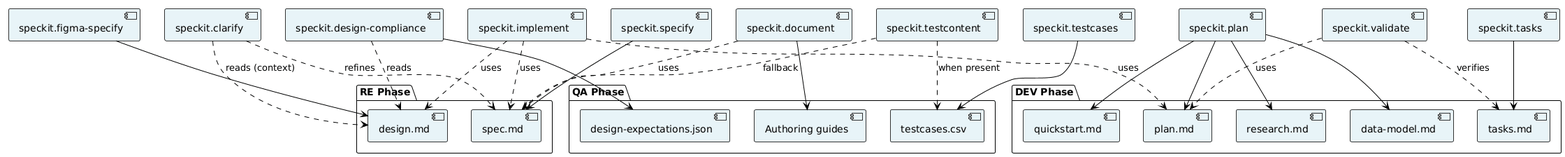
mariorodriguez-creator/nitroblocks keeps this PlantUML diagram as .specify/docs/diagrams/speckit-component.png. Above is the earlier version.
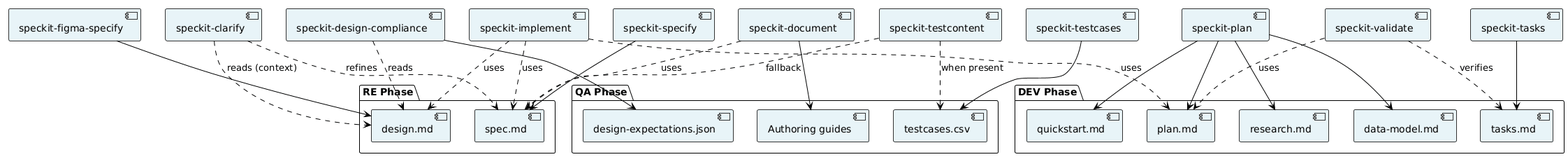
Above is the later version.

The edit, as a diff of the source:
```diff
@@ -22,17 +22,17 @@
   [Authoring guides] as doc
 }
 
-component "speckit.specify" as s1
-component "speckit.figma-specify" as s2
-component "speckit.clarify" as s3
-component "speckit.plan" as s4
-component "speckit.tasks" as s5
-component "speckit.implement" as s6
-component "speckit.validate" as s6a
-component "speckit.testcases" as s7
-component "speckit.design-compliance" as s8
-component "speckit.testcontent" as s8a
-component "speckit.document" as s9
+component "speckit-specify" as s1
+component "speckit-figma-specify" as s2
+component "speckit-clarify" as s3
+component "speckit-plan" as s4
+component "speckit-tasks" as s5
+component "speckit-implement" as s6
+component "speckit-validate" as s6a
+component "speckit-testcases" as s7
+component "speckit-design-compliance" as s8
+component "speckit-testcontent" as s8a
+component "speckit-document" as s9
 
 s1 --> spec
 s2 --> design
```
